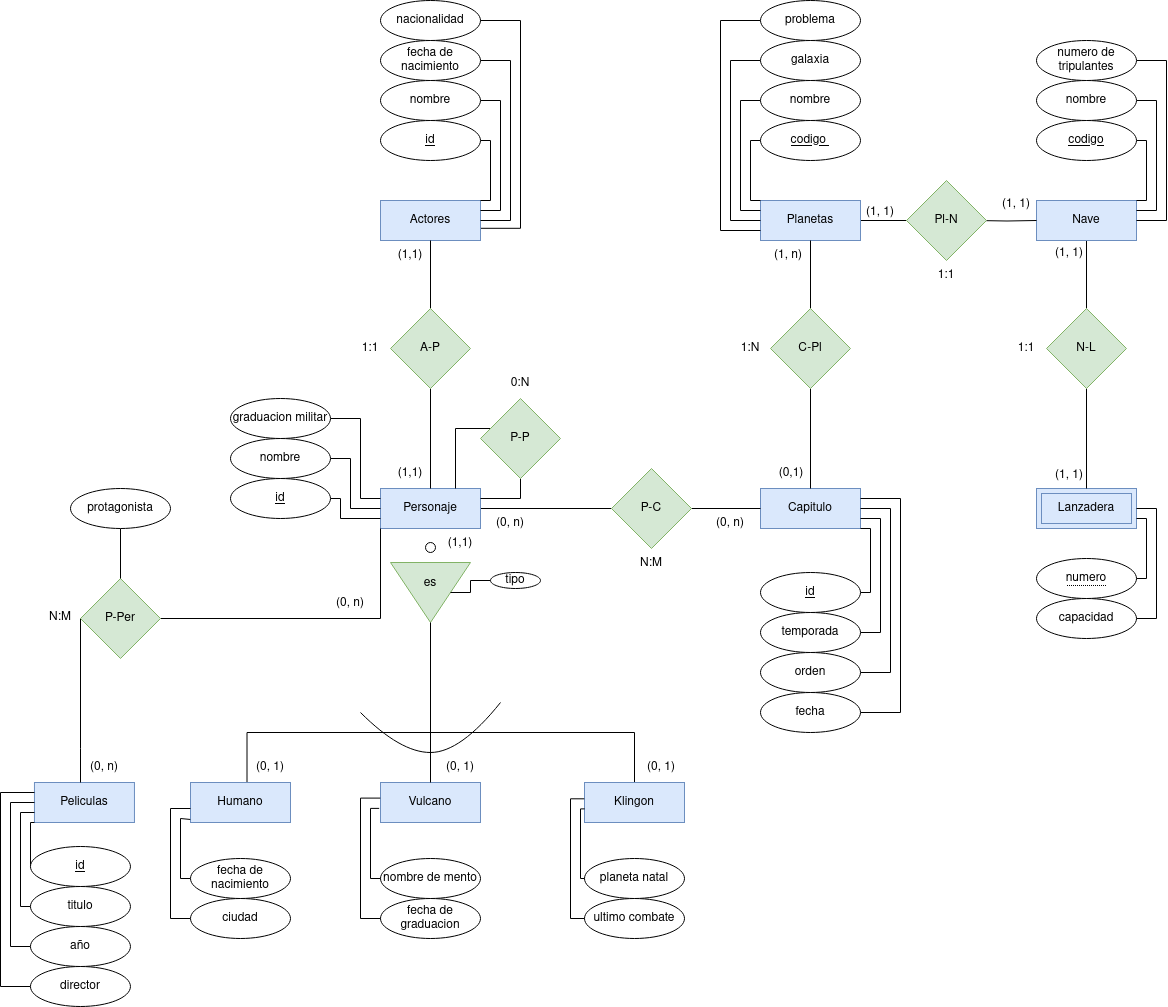
This is Unidad_1/Tareas/Tareas_entregables/Tarea_3/Star-Trek.drawio.png from OxideVanadium/base_de_datos, a draw.io export, as it was before one commit. Source tidied: cells renumbered, new cells last; positions are measured from the earlier drawing's top-left corner, leaving out a move shared by most shapes.
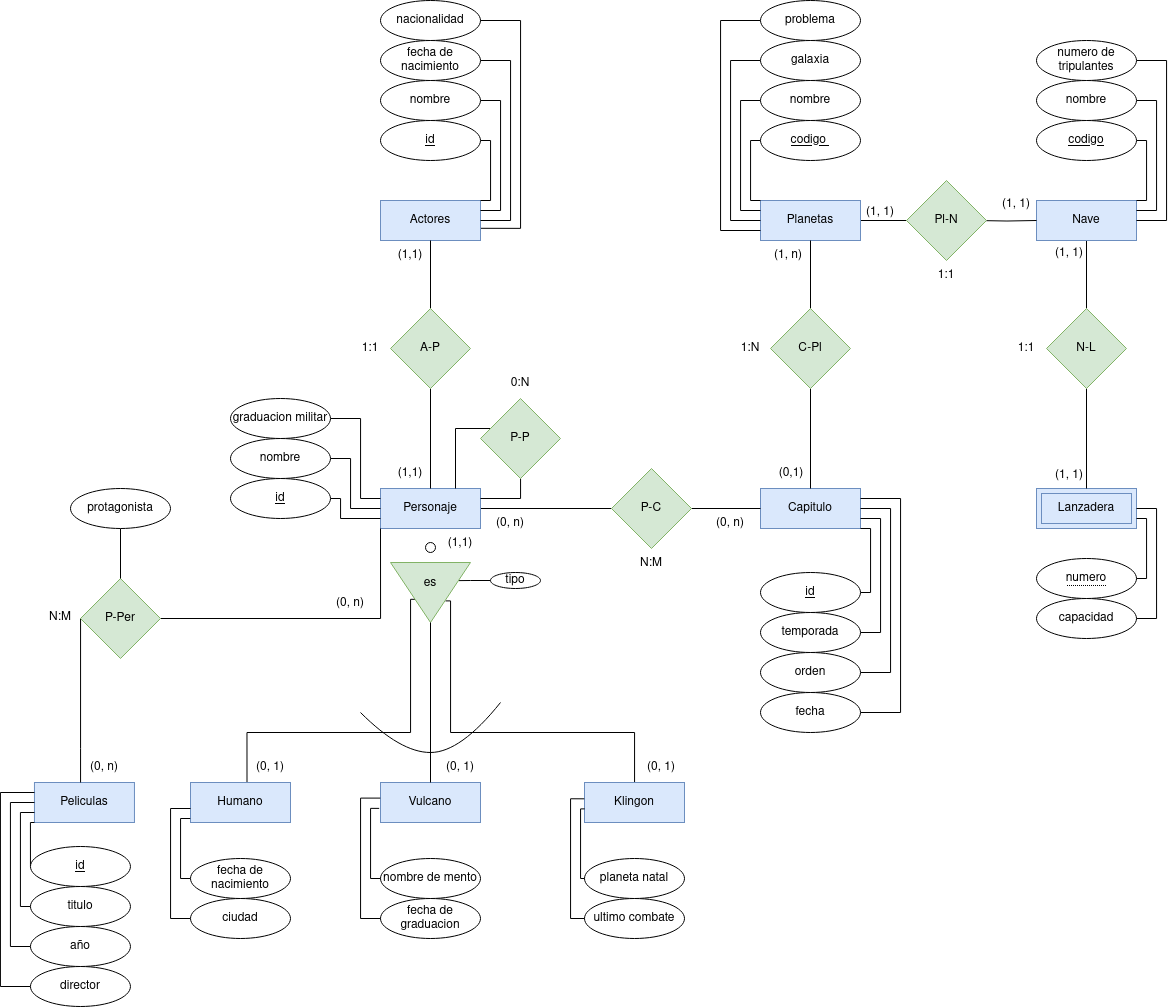
After the commit.

Diff of the diagram source:
```diff
@@ -11,14 +11,13 @@
     <mxCell id="4" value="Personaje" style="whiteSpace=wrap;html=1;align=center;fillColor=#dae8fc;strokeColor=#6c8ebf;" parent="1" vertex="1">
       <mxGeometry x="380" y="488" width="100" height="40" as="geometry" />
     </mxCell>
-    <mxCell id="5" style="edgeStyle=orthogonalEdgeStyle;rounded=0;orthogonalLoop=1;jettySize=auto;html=1;endArrow=none;endFill=0;" parent="1" edge="1">
+    <mxCell id="5" style="edgeStyle=orthogonalEdgeStyle;rounded=0;jettySize=auto;html=1;endArrow=none;endFill=0;entryX=0.614;entryY=0.693;entryDx=0;entryDy=0;entryPerimeter=0;" parent="1" edge="1" target="20">
       <mxGeometry relative="1" as="geometry">
         <mxPoint x="246.5" y="782" as="sourcePoint" />
-        <mxPoint x="430" y="698" as="targetPoint" />
         <Array as="points">
-          <mxPoint x="246" y="732" />
-          <mxPoint x="430" y="732" />
-          <mxPoint x="430" y="701" />
+          <mxPoint x="247" y="732" />
+          <mxPoint x="410" y="732" />
+          <mxPoint x="410" y="599" />
         </Array>
       </mxGeometry>
     </mxCell>
@@ -28,12 +27,12 @@
     <mxCell id="7" value="&lt;div&gt;Vulcano&lt;/div&gt;" style="whiteSpace=wrap;html=1;align=center;fillColor=#dae8fc;strokeColor=#6c8ebf;" parent="1" vertex="1">
       <mxGeometry x="380" y="782" width="100" height="40" as="geometry" />
     </mxCell>
-    <mxCell id="8" style="edgeStyle=orthogonalEdgeStyle;rounded=0;jettySize=auto;html=1;endArrow=none;endFill=0;" parent="1" edge="1" source="9">
+    <mxCell id="8" style="edgeStyle=orthogonalEdgeStyle;rounded=0;jettySize=auto;html=1;endArrow=none;endFill=0;entryX=0.64;entryY=0.313;entryDx=0;entryDy=0;entryPerimeter=0;" parent="1" edge="1" source="9" target="20">
       <mxGeometry relative="1" as="geometry">
-        <mxPoint x="430" y="702" as="targetPoint" />
         <Array as="points">
           <mxPoint x="634" y="732" />
-          <mxPoint x="430" y="732" />
+          <mxPoint x="450" y="732" />
+          <mxPoint x="450" y="600" />
         </Array>
       </mxGeometry>
     </mxCell>
@@ -209,7 +208,7 @@
     <mxCell id="49" value="id" style="ellipse;whiteSpace=wrap;html=1;align=center;fontStyle=4;" parent="1" vertex="1">
       <mxGeometry x="230" y="478" width="100" height="40" as="geometry" />
     </mxCell>
-    <mxCell id="50" style="edgeStyle=orthogonalEdgeStyle;rounded=0;jettySize=auto;html=1;endArrow=none;endFill=0;" parent="1" edge="1" source="51" target="20">
+    <mxCell id="50" style="edgeStyle=orthogonalEdgeStyle;rounded=0;jettySize=auto;html=1;endArrow=none;endFill=0;entryX=0.302;entryY=0.143;entryDx=0;entryDy=0;entryPerimeter=0;" parent="1" edge="1" source="51" target="20">
       <mxGeometry relative="1" as="geometry" />
     </mxCell>
     <mxCell id="51" value="tipo" style="ellipse;whiteSpace=wrap;html=1;align=center;" parent="1" vertex="1">
```
